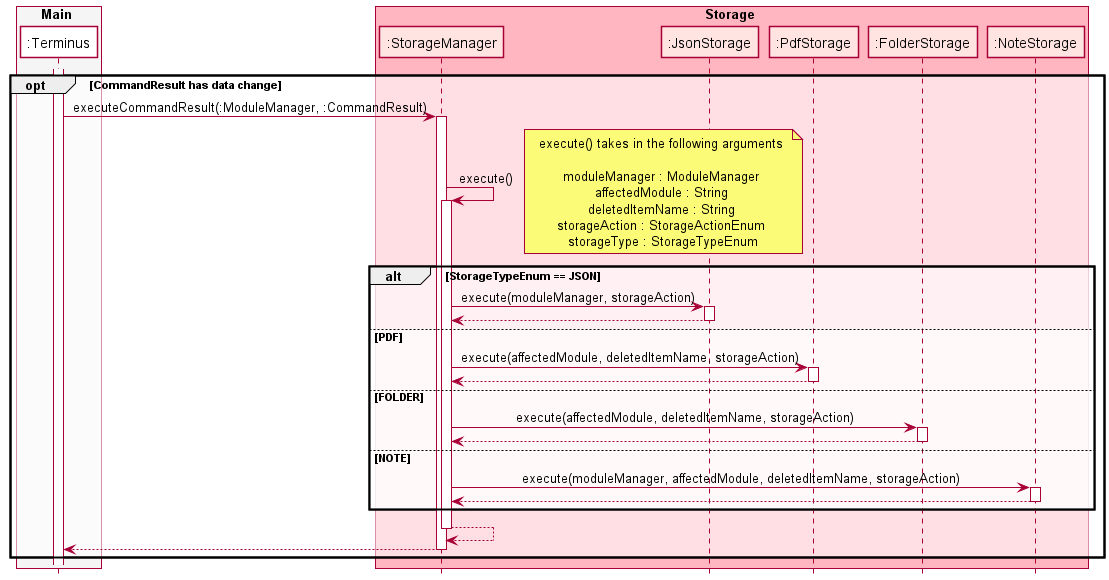
Earlier version of the PlantUML export docs/attachments/StorageCommandResultSequenceDiagram.png (nus-cs2113-AY2122S1/tp). Source of this version:
```plantuml
@startuml

!include ../SequenceStyle.puml

box Main TERMINUS_BOX_COLOR
participant ":Terminus" as Terminus TERMINUS_COLOR
endbox

box Storage STORAGE_BOX_COLOR
participant ":StorageManager" as StorageManager STORAGE_COLOR
participant ":JsonStorage" as JsonStorage STORAGE_COLOR
participant ":PdfStorage" as PdfStorage STORAGE_COLOR
participant ":FolderStorage" as FolderStorage STORAGE_COLOR
participant ":NoteStorage" as NoteStorage STORAGE_COLOR
endbox


activate Terminus
opt CommandResult has data change
Terminus -> StorageManager : executeCommandResult(:ModuleManager, :CommandResult)
activate StorageManager
StorageManager -> StorageManager : execute()
activate StorageManager
note right : execute() takes in the following arguments \n\nmoduleManager : ModuleManager \naffectedModule : String \ndeletedItemName : String \nstorageAction : StorageActionEnum \nstorageType : StorageTypeEnum
alt StorageTypeEnum == JSON
StorageManager -> JsonStorage : execute(moduleManager, storageAction)
activate JsonStorage
return
else PDF
StorageManager -> PdfStorage : execute(affectedModule, deletedItemName, storageAction)
activate PdfStorage
return
else FOLDER
StorageManager -> FolderStorage : execute(affectedModule, deletedItemName, storageAction)
activate FolderStorage
return
else NOTE
StorageManager -> NoteStorage : execute(moduleManager, affectedModule, deletedItemName, storageAction)
activate NoteStorage
return
end
return
return
end




@enduml
```
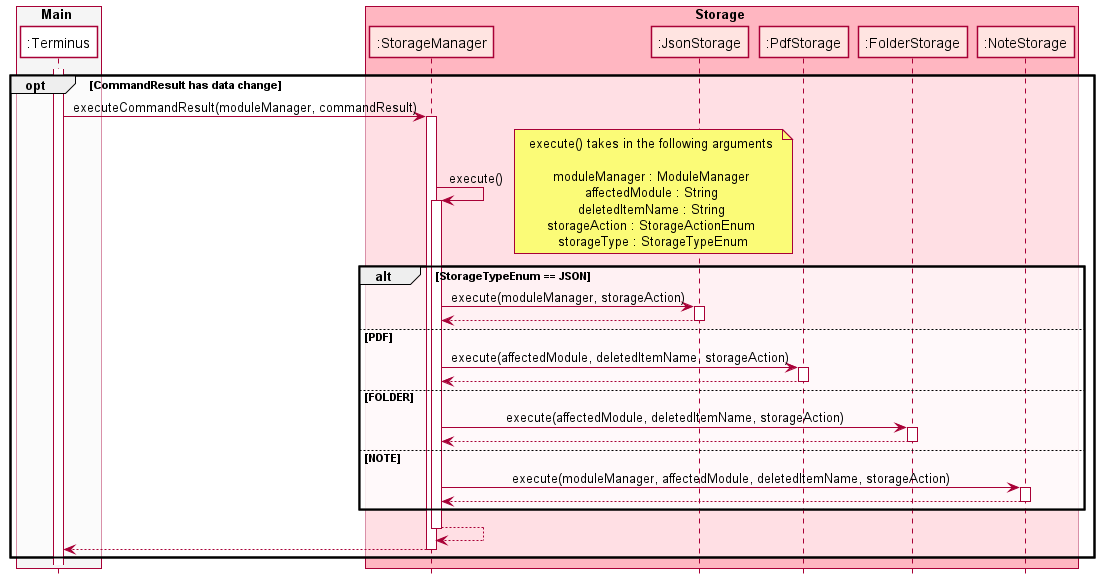
The same file after the commit.

Change to the diagram source:
```diff
@@ -17,7 +17,7 @@
 
 activate Terminus
 opt CommandResult has data change
-Terminus -> StorageManager : executeCommandResult(:ModuleManager, :CommandResult)
+Terminus -> StorageManager : executeCommandResult(moduleManager, commandResult)
 activate StorageManager
 StorageManager -> StorageManager : execute()
 activate StorageManager
```
